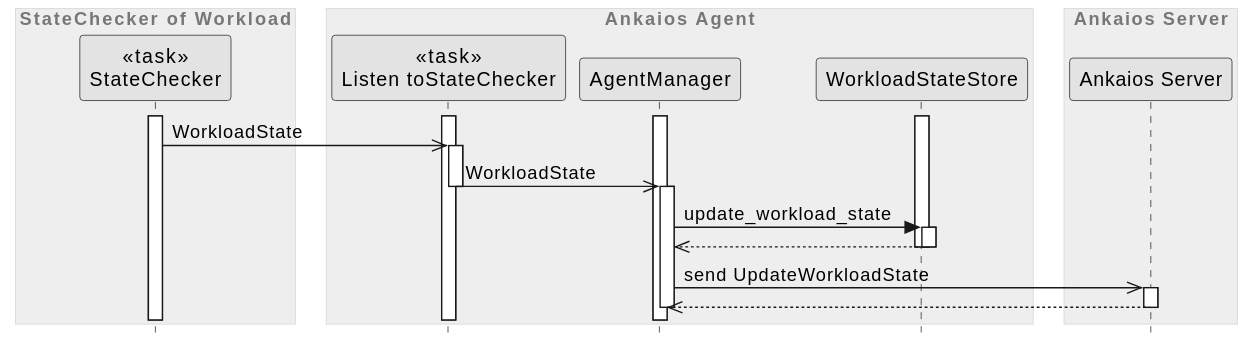
Above: agent/doc/swdesign/plantuml/seq_store_own_workload_state.svg in eclipse-ankaios/ankaios (PlantUML), before the change. Its diagram source:
```plantuml
@startuml
!include ../../../../resources/doc/plantuml/clean.skin

box "StateChecker of Workload"
    participant "<<task>>\nStateChecker" as state_checker_task
end box

box "Ankaios Agent"
    participant "<<task>>\nListen toStateChecker" as listen_to_state_checker
    participant "AgentManager" as manager
    participant "WorkloadStateStore" as wl_state_storage
end box

box "Ankaios Server"
    participant "Ankaios Server" as server
end box

activate state_checker_task
activate listen_to_state_checker
activate manager
activate wl_state_storage

state_checker_task ->> listen_to_state_checker ++: WorkloadState
listen_to_state_checker ->> manager --++: WorkloadState
manager -> wl_state_storage ++: update_workload_state
wl_state_storage -->> manager --
deactivate wl_state_storage
manager ->> server++: send UpdateWorkloadState
server -->> manager--
deactivate manager
@enduml
```
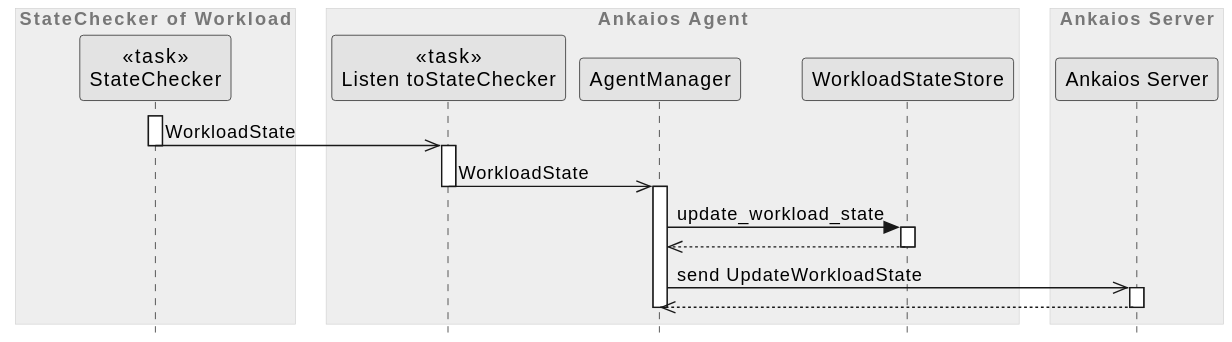
Above is the later version.

Change to the diagram source:
```diff
@@ -16,16 +16,12 @@
 end box
 
 activate state_checker_task
-activate listen_to_state_checker
-activate manager
-activate wl_state_storage
 
-state_checker_task ->> listen_to_state_checker ++: WorkloadState
+state_checker_task ->> listen_to_state_checker --++: WorkloadState
 listen_to_state_checker ->> manager --++: WorkloadState
 manager -> wl_state_storage ++: update_workload_state
 wl_state_storage -->> manager --
-deactivate wl_state_storage
 manager ->> server++: send UpdateWorkloadState
-server -->> manager--
+server -->> manager --
 deactivate manager
 @enduml
```
